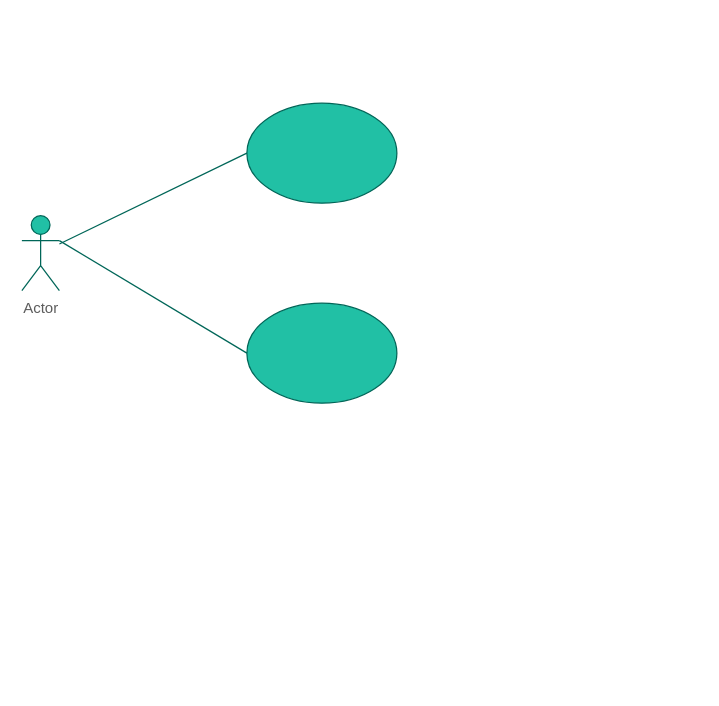
Before: GedeminCheck/Description/Use Case Diagram.drawio in gsbelarus/check-and-cash, a draw.io diagram. Source tidied: cells renumbered, new cells numbered last; positions are measured from the earlier drawing's top-left corner, leaving out a move shared by most shapes. Both pictures are drawn from the tidied source at 125%, with x=0, y=0 at pixel (21, 102).
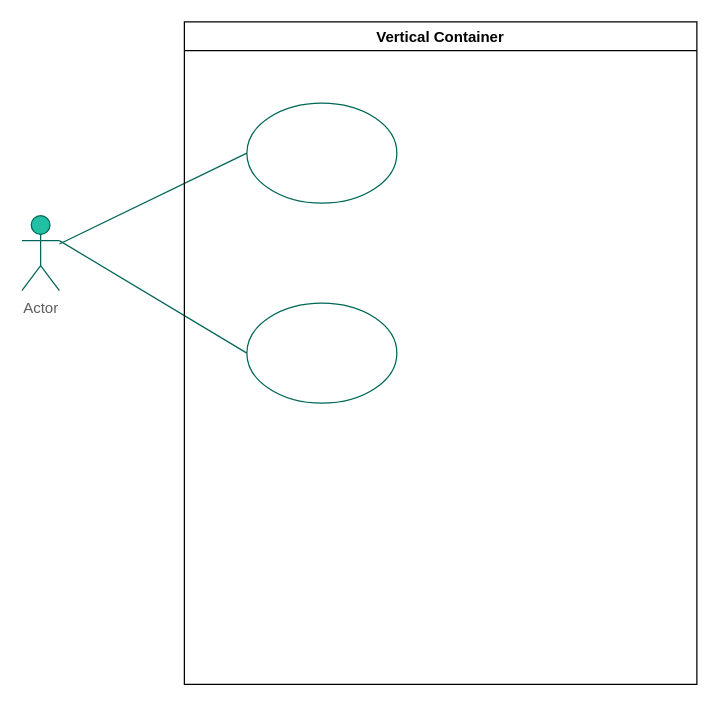
After the change.

What changed in the source:
```diff
@@
 <mxGraphModel>
   <root>
     <mxCell id="0" />
     <mxCell id="1" parent="0" />
     <mxCell id="2" value="Actor" style="shape=umlActor;verticalLabelPosition=bottom;verticalAlign=top;html=1;outlineConnect=0;fillColor=#21C0A5;strokeColor=#006658;fontColor=#5C5C5C;" parent="1" vertex="1">
       <mxGeometry y="90" width="30" height="60" as="geometry" />
     </mxCell>
-    <mxCell id="3" style="ellipse;whiteSpace=wrap;html=1;fillColor=#21C0A5;strokeColor=#006658;fontColor=#5C5C5C;" parent="1" vertex="1">
+    <mxCell id="3" style="ellipse;whiteSpace=wrap;html=1;fillColor=none;strokeColor=#006658;fontColor=#5C5C5C;" parent="1" vertex="1">
       <mxGeometry x="180" width="120" height="80" as="geometry" />
     </mxCell>
-    <mxCell id="4" style="ellipse;whiteSpace=wrap;html=1;fillColor=#21C0A5;strokeColor=#006658;fontColor=#5C5C5C;" parent="1" vertex="1">
+    <mxCell id="4" style="ellipse;whiteSpace=wrap;html=1;fillColor=none;strokeColor=#006658;fontColor=#5C5C5C;" parent="1" vertex="1">
       <mxGeometry x="180" y="160" width="120" height="80" as="geometry" />
     </mxCell>
     <mxCell id="5" style="endArrow=none;html=1;rounded=0;entryX=0;entryY=0.5;entryDx=0;entryDy=0;strokeColor=#006658;fontColor=#5C5C5C;" parent="1" edge="1" source="2" target="3">
       <mxGeometry relative="1" as="geometry" />
     </mxCell>
     <mxCell id="6" style="endArrow=none;html=1;rounded=0;entryX=0;entryY=0.5;entryDx=0;entryDy=0;exitX=1;exitY=0.3333333333333333;exitDx=0;exitDy=0;exitPerimeter=0;strokeColor=#006658;fontColor=#5C5C5C;" parent="1" edge="1" source="2" target="4">
       <mxGeometry relative="1" as="geometry" />
     </mxCell>
+    <mxCell id="7" value="Vertical Container" style="swimlane;" parent="1" vertex="1">
+      <mxGeometry x="130" y="-65" width="410" height="530" as="geometry" />
+    </mxCell>
   </root>
 </mxGraphModel>
```
